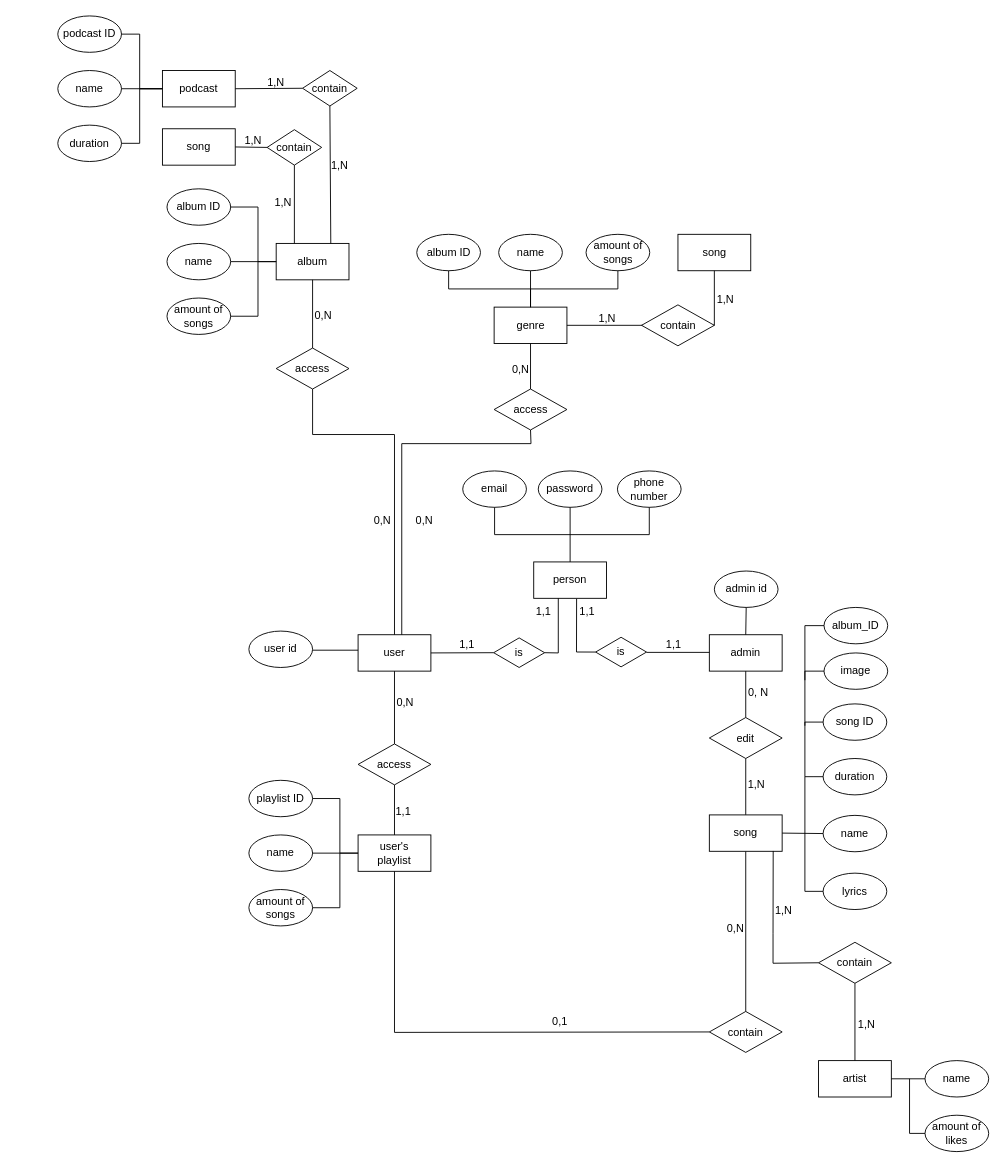
Above: Доделанная КМПО БД.drawio in marsek4/database (draw.io), before the change. Source tidied: cells renumbered, new cells numbered last; positions are measured from the earlier drawing's top-left corner, leaving out a move shared by most shapes. Both pictures are drawn from the tidied source at 91%, with x=0, y=0 at pixel (57, 15).
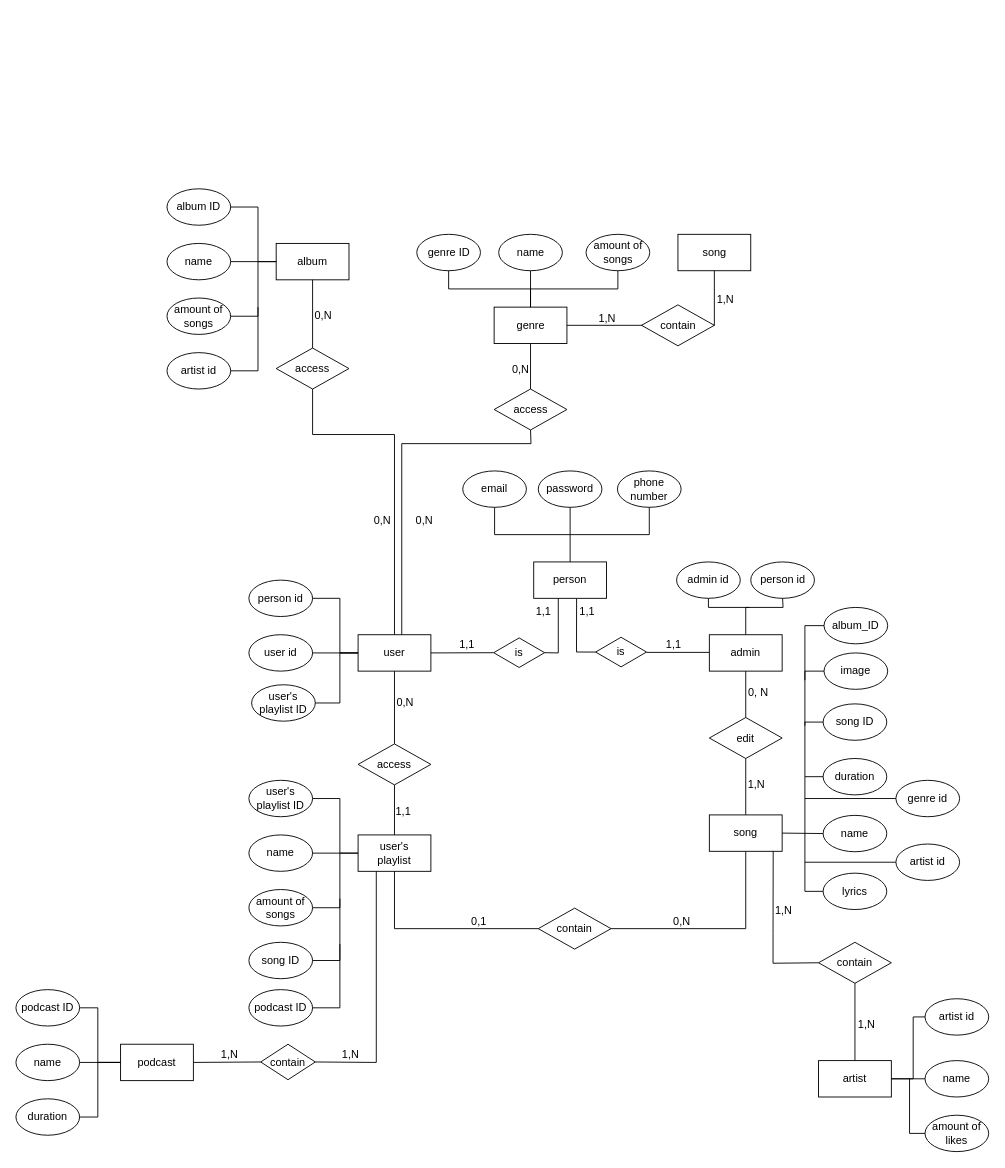
The same diagram, later.

The change refers to these unchanged cells:
```xml
<mxCell id="2" value="user" style="rounded=0;whiteSpace=wrap;html=1;" parent="1" vertex="1">
  <mxGeometry x="330" y="680" width="80" height="40" as="geometry" />
</mxCell>
<mxCell id="6" value="user's&lt;br&gt;playlist" style="rounded=0;whiteSpace=wrap;html=1;" parent="1" vertex="1">
  <mxGeometry x="330" y="900" width="80" height="40" as="geometry" />
</mxCell>
<mxCell id="20" value="admin" style="rounded=0;whiteSpace=wrap;html=1;" parent="1" vertex="1">
  <mxGeometry x="716" y="680" width="80" height="40" as="geometry" />
</mxCell>
<mxCell id="41" value="album" style="rounded=0;whiteSpace=wrap;html=1;" parent="1" vertex="1">
  <mxGeometry x="240" y="250" width="80" height="40" as="geometry" />
</mxCell>
<mxCell id="42" value="artist" style="rounded=0;whiteSpace=wrap;html=1;" parent="1" vertex="1">
  <mxGeometry x="836" y="1148" width="80" height="40" as="geometry" />
</mxCell>
```

What changed in the source:
```diff
@@
-    <mxCell id="3" style="endArrow=none;html=1;rounded=0;entryX=0;entryY=0.5;entryDx=0;entryDy=0;" parent="1" edge="1">
-      <mxGeometry relative="1" as="geometry">
-        <mxPoint x="280" y="697" as="sourcePoint" />
-        <mxPoint x="330" y="697" as="targetPoint" />
-      </mxGeometry>
+    <mxCell id="3" style="endArrow=none;html=1;rounded=0;entryX=0;entryY=0.5;entryDx=0;entryDy=0;exitX=1;exitY=0.5;exitDx=0;exitDy=0;" parent="1" edge="1" source="26" target="2">
+      <mxGeometry relative="1" as="geometry" />
     </mxCell>
@@
     <mxCell id="10" value="contain" style="rhombus;whiteSpace=wrap;html=1;" parent="1" vertex="1">
-      <mxGeometry x="716" y="1094" width="80" height="45" as="geometry" />
+      <mxGeometry x="528" y="980.5" width="80" height="45" as="geometry" />
     </mxCell>
     <mxCell id="11" style="endArrow=none;html=1;rounded=0;entryX=0;entryY=0.5;entryDx=0;entryDy=0;exitX=0.5;exitY=1;exitDx=0;exitDy=0;" parent="1" edge="1" source="6" target="10">
       <mxGeometry relative="1" as="geometry">
         <Array as="points">
-          <mxPoint x="370" y="1117" />
+          <mxPoint x="370" y="1003" />
         </Array>
       </mxGeometry>
     </mxCell>
-    <mxCell id="12" style="endArrow=none;html=1;rounded=0;entryX=0.5;entryY=1;entryDx=0;entryDy=0;exitX=0.5;exitY=0;exitDx=0;exitDy=0;" parent="1" edge="1" source="10">
+    <mxCell id="12" style="endArrow=none;html=1;rounded=0;entryX=0.5;entryY=1;entryDx=0;entryDy=0;exitX=1;exitY=0.5;exitDx=0;exitDy=0;" parent="1" edge="1" source="10">
       <mxGeometry relative="1" as="geometry">
         <mxPoint x="756" y="918" as="targetPoint" />
+        <Array as="points">
+          <mxPoint x="756" y="1003" />
+        </Array>
       </mxGeometry>
     </mxCell>
     <mxCell id="13" value="0,N" style="text;html=1;strokeColor=none;fillColor=none;align=center;verticalAlign=middle;whiteSpace=wrap;rounded=0;" parent="1" vertex="1">
-      <mxGeometry x="715" y="988" width="60" height="30" as="geometry" />
+      <mxGeometry x="656" y="980.5" width="60" height="30" as="geometry" />
     </mxCell>
     <mxCell id="14" value="0,1" style="text;html=1;strokeColor=none;fillColor=none;align=center;verticalAlign=middle;whiteSpace=wrap;rounded=0;" parent="1" vertex="1">
-      <mxGeometry x="522" y="1090" width="60" height="30" as="geometry" />
+      <mxGeometry x="433" y="980.5" width="60" height="30" as="geometry" />
     </mxCell>
@@
     <mxCell id="26" value="user id" style="ellipse;whiteSpace=wrap;html=1;" parent="1" vertex="1">
-      <mxGeometry x="210" y="676" width="70" height="40" as="geometry" />
+      <mxGeometry x="210" y="680" width="70" height="40" as="geometry" />
     </mxCell>
-    <mxCell id="27" value="admin id" style="ellipse;whiteSpace=wrap;html=1;" parent="1" vertex="1">
-      <mxGeometry x="721.5" y="610" width="70" height="40" as="geometry" />
+    <mxCell id="27" value="person id" style="ellipse;whiteSpace=wrap;html=1;" parent="1" vertex="1">
+      <mxGeometry x="761.5" y="600" width="70" height="40" as="geometry" />
     </mxCell>
@@
-    <mxCell id="30" value="playlist ID" style="ellipse;whiteSpace=wrap;html=1;" parent="1" vertex="1">
+    <mxCell id="30" value="user's&lt;br&gt;playlist ID" style="ellipse;whiteSpace=wrap;html=1;" parent="1" vertex="1">
       <mxGeometry x="210" y="840" width="70" height="40" as="geometry" />
     </mxCell>
@@
-    <mxCell id="64" value="album ID" style="ellipse;whiteSpace=wrap;html=1;" parent="1" vertex="1">
+    <mxCell id="64" value="genre ID" style="ellipse;whiteSpace=wrap;html=1;" parent="1" vertex="1">
       <mxGeometry x="394.5" y="240" width="70" height="40" as="geometry" />
     </mxCell>
@@
-    <mxCell id="70" value="song" style="rounded=0;whiteSpace=wrap;html=1;" parent="1" vertex="1">
-      <mxGeometry x="115" y="124" width="80" height="40" as="geometry" />
-    </mxCell>
@@
-    <mxCell id="72" value="contain" style="rhombus;whiteSpace=wrap;html=1;" parent="1" vertex="1">
-      <mxGeometry x="230" y="125" width="60" height="39" as="geometry" />
-    </mxCell>
-    <mxCell id="73" style="endArrow=none;html=1;rounded=0;exitX=1;exitY=0.5;exitDx=0;exitDy=0;entryX=0;entryY=0.5;entryDx=0;entryDy=0;" parent="1" edge="1" source="70" target="72">
-      <mxGeometry relative="1" as="geometry" />
-    </mxCell>
-    <mxCell id="74" style="endArrow=none;html=1;rounded=0;entryX=0.5;entryY=1;entryDx=0;entryDy=0;exitX=0.25;exitY=0;exitDx=0;exitDy=0;" parent="1" edge="1" source="41" target="72">
-      <mxGeometry relative="1" as="geometry" />
-    </mxCell>
@@
-    <mxCell id="77" value="1,N" style="text;html=1;strokeColor=none;fillColor=none;align=center;verticalAlign=middle;whiteSpace=wrap;rounded=0;" parent="1" vertex="1">
-      <mxGeometry x="218" y="190" width="60" height="30" as="geometry" />
-    </mxCell>
-    <mxCell id="78" value="1,N" style="text;html=1;strokeColor=none;fillColor=none;align=center;verticalAlign=middle;whiteSpace=wrap;rounded=0;" parent="1" vertex="1">
-      <mxGeometry x="185" y="122" width="60" height="30" as="geometry" />
-    </mxCell>
@@
     <mxCell id="97" value="podcast" style="rounded=0;whiteSpace=wrap;html=1;" parent="1" vertex="1">
-      <mxGeometry x="115" y="60" width="80" height="40" as="geometry" />
+      <mxGeometry x="69" y="1130" width="80" height="40" as="geometry" />
     </mxCell>
@@
     <mxCell id="100" value="contain" style="rhombus;whiteSpace=wrap;html=1;" parent="1" vertex="1">
-      <mxGeometry x="269" y="60" width="60" height="39" as="geometry" />
+      <mxGeometry x="223" y="1130" width="60" height="39" as="geometry" />
     </mxCell>
-    <mxCell id="101" style="endArrow=none;html=1;rounded=0;exitX=0.75;exitY=0;exitDx=0;exitDy=0;entryX=0.5;entryY=1;entryDx=0;entryDy=0;" parent="1" edge="1" source="41" target="100">
-      <mxGeometry relative="1" as="geometry" />
-    </mxCell>
@@
     <mxCell id="103" value="1,N" style="text;html=1;strokeColor=none;fillColor=none;align=center;verticalAlign=middle;whiteSpace=wrap;rounded=0;" parent="1" vertex="1">
-      <mxGeometry x="210" y="58" width="60" height="30" as="geometry" />
+      <mxGeometry x="159" y="1127" width="60" height="30" as="geometry" />
     </mxCell>
-    <mxCell id="104" value="1,N" style="text;html=1;strokeColor=none;fillColor=none;align=center;verticalAlign=middle;whiteSpace=wrap;rounded=0;" parent="1" vertex="1">
-      <mxGeometry x="280" y="150" width="60" height="30" as="geometry" />
-    </mxCell>
     <mxCell id="105" style="endArrow=none;html=1;rounded=0;entryX=0.5;entryY=1;entryDx=0;entryDy=0;exitX=0.5;exitY=0;exitDx=0;exitDy=0;" parent="1" edge="1" source="20" target="27">
-      <mxGeometry relative="1" as="geometry" />
+      <mxGeometry relative="1" as="geometry">
+        <Array as="points">
+          <mxPoint x="756" y="650" />
+          <mxPoint x="797" y="650" />
+        </Array>
+      </mxGeometry>
     </mxCell>
@@
     <mxCell id="108" value="duration" style="ellipse;whiteSpace=wrap;html=1;" parent="1" vertex="1">
-      <mxGeometry y="120" width="70" height="40" as="geometry" />
+      <mxGeometry x="-46" y="1190" width="70" height="40" as="geometry" />
     </mxCell>
     <mxCell id="109" value="name" style="ellipse;whiteSpace=wrap;html=1;" parent="1" vertex="1">
-      <mxGeometry y="60" width="70" height="40" as="geometry" />
+      <mxGeometry x="-46" y="1130" width="70" height="40" as="geometry" />
     </mxCell>
     <mxCell id="110" value="podcast ID" style="ellipse;whiteSpace=wrap;html=1;" parent="1" vertex="1">
-      <mxGeometry width="70" height="40" as="geometry" />
+      <mxGeometry x="-46" y="1070" width="70" height="40" as="geometry" />
     </mxCell>
     <mxCell id="111" style="endArrow=none;html=1;rounded=0;exitX=1;exitY=0.5;exitDx=0;exitDy=0;entryX=0;entryY=0.5;entryDx=0;entryDy=0;" parent="1" edge="1" source="110" target="97">
       <mxGeometry relative="1" as="geometry">
         <Array as="points">
-          <mxPoint x="90" y="20" />
-          <mxPoint x="90" y="80" />
+          <mxPoint x="44" y="1090" />
+          <mxPoint x="44" y="1150" />
         </Array>
       </mxGeometry>
     </mxCell>
@@
     <mxCell id="113" style="endArrow=none;html=1;rounded=0;exitX=1;exitY=0.5;exitDx=0;exitDy=0;entryX=0;entryY=0.5;entryDx=0;entryDy=0;" parent="1" edge="1" source="108" target="97">
       <mxGeometry relative="1" as="geometry">
         <Array as="points">
-          <mxPoint x="90" y="140" />
-          <mxPoint x="90" y="80" />
+          <mxPoint x="44" y="1210" />
+          <mxPoint x="44" y="1150" />
         </Array>
       </mxGeometry>
     </mxCell>
@@
+    <mxCell id="116" value="admin id" style="ellipse;whiteSpace=wrap;html=1;" parent="1" vertex="1">
+      <mxGeometry x="680" y="600" width="70" height="40" as="geometry" />
+    </mxCell>
+    <mxCell id="117" style="endArrow=none;html=1;rounded=0;exitX=0.5;exitY=1;exitDx=0;exitDy=0;" parent="1" edge="1" source="116">
+      <mxGeometry relative="1" as="geometry">
+        <mxPoint x="760" y="650" as="targetPoint" />
+        <Array as="points">
+          <mxPoint x="715" y="650" />
+        </Array>
+      </mxGeometry>
+    </mxCell>
+    <mxCell id="118" value="person id" style="ellipse;whiteSpace=wrap;html=1;" parent="1" vertex="1">
+      <mxGeometry x="210" y="620" width="70" height="40" as="geometry" />
+    </mxCell>
+    <mxCell id="119" style="endArrow=none;html=1;rounded=0;exitX=1;exitY=0.5;exitDx=0;exitDy=0;entryX=0;entryY=0.5;entryDx=0;entryDy=0;" parent="1" edge="1" source="118" target="2">
+      <mxGeometry relative="1" as="geometry">
+        <Array as="points">
+          <mxPoint x="310" y="640" />
+          <mxPoint x="310" y="700" />
+        </Array>
+      </mxGeometry>
+    </mxCell>
+    <mxCell id="120" value="user's playlist ID" style="ellipse;whiteSpace=wrap;html=1;" parent="1" vertex="1">
+      <mxGeometry x="213" y="735" width="70" height="40" as="geometry" />
+    </mxCell>
+    <mxCell id="121" style="endArrow=none;html=1;rounded=0;exitX=1;exitY=0.5;exitDx=0;exitDy=0;entryX=0;entryY=0.5;entryDx=0;entryDy=0;" parent="1" edge="1" source="120" target="2">
+      <mxGeometry relative="1" as="geometry">
+        <Array as="points">
+          <mxPoint x="310" y="755" />
+          <mxPoint x="310" y="700" />
+        </Array>
+      </mxGeometry>
+    </mxCell>
+    <mxCell id="122" value="song ID" style="ellipse;whiteSpace=wrap;html=1;" parent="1" vertex="1">
+      <mxGeometry x="210" y="1018" width="70" height="40" as="geometry" />
+    </mxCell>
+    <mxCell id="123" style="endArrow=none;html=1;rounded=0;exitX=1;exitY=0.5;exitDx=0;exitDy=0;" parent="1" edge="1" source="122">
+      <mxGeometry relative="1" as="geometry">
+        <mxPoint x="310" y="970" as="targetPoint" />
+        <Array as="points">
+          <mxPoint x="310" y="1038" />
+        </Array>
+      </mxGeometry>
+    </mxCell>
+    <mxCell id="124" value="artist id" style="ellipse;whiteSpace=wrap;html=1;" parent="1" vertex="1">
+      <mxGeometry x="921" y="910" width="70" height="40" as="geometry" />
+    </mxCell>
+    <mxCell id="125" style="endArrow=none;html=1;rounded=0;entryX=0;entryY=0.5;entryDx=0;entryDy=0;" parent="1" edge="1" target="124">
+      <mxGeometry relative="1" as="geometry">
+        <mxPoint x="821" y="930" as="sourcePoint" />
+      </mxGeometry>
+    </mxCell>
+    <mxCell id="126" value="genre id" style="ellipse;whiteSpace=wrap;html=1;" parent="1" vertex="1">
+      <mxGeometry x="921" y="840" width="70" height="40" as="geometry" />
+    </mxCell>
+    <mxCell id="127" style="endArrow=none;html=1;rounded=0;entryX=0;entryY=0.5;entryDx=0;entryDy=0;" parent="1" edge="1">
+      <mxGeometry relative="1" as="geometry">
+        <mxPoint x="821" y="860" as="sourcePoint" />
+        <mxPoint x="921" y="860" as="targetPoint" />
+      </mxGeometry>
+    </mxCell>
+    <mxCell id="128" value="artist id" style="ellipse;whiteSpace=wrap;html=1;" parent="1" vertex="1">
+      <mxGeometry x="953" y="1080" width="70" height="40" as="geometry" />
+    </mxCell>
+    <mxCell id="129" style="endArrow=none;html=1;rounded=0;exitX=1;exitY=0.5;exitDx=0;exitDy=0;entryX=0;entryY=0.5;entryDx=0;entryDy=0;" parent="1" edge="1" source="42" target="128">
+      <mxGeometry relative="1" as="geometry">
+        <Array as="points">
+          <mxPoint x="940" y="1168" />
+          <mxPoint x="940" y="1100" />
+        </Array>
+      </mxGeometry>
+    </mxCell>
+    <mxCell id="130" value="artist id" style="ellipse;whiteSpace=wrap;html=1;" parent="1" vertex="1">
+      <mxGeometry x="120" y="370" width="70" height="40" as="geometry" />
+    </mxCell>
+    <mxCell id="131" style="endArrow=none;html=1;rounded=0;exitX=1;exitY=0.5;exitDx=0;exitDy=0;" parent="1" edge="1" source="130">
+      <mxGeometry relative="1" as="geometry">
+        <mxPoint x="220" y="320" as="targetPoint" />
+        <Array as="points">
+          <mxPoint x="220" y="390" />
+        </Array>
+      </mxGeometry>
+    </mxCell>
+    <mxCell id="132" style="endArrow=none;html=1;rounded=0;exitX=1;exitY=0.5;exitDx=0;exitDy=0;entryX=0.25;entryY=1;entryDx=0;entryDy=0;" parent="1" edge="1" source="100" target="6">
+      <mxGeometry relative="1" as="geometry">
+        <Array as="points">
+          <mxPoint x="350" y="1150" />
+        </Array>
+      </mxGeometry>
+    </mxCell>
+    <mxCell id="133" value="1,N" style="text;html=1;strokeColor=none;fillColor=none;align=center;verticalAlign=middle;whiteSpace=wrap;rounded=0;" parent="1" vertex="1">
+      <mxGeometry x="292" y="1127" width="60" height="30" as="geometry" />
+    </mxCell>
+    <mxCell id="134" value="podcast ID" style="ellipse;whiteSpace=wrap;html=1;" parent="1" vertex="1">
+      <mxGeometry x="210" y="1070" width="70" height="40" as="geometry" />
+    </mxCell>
+    <mxCell id="135" style="endArrow=none;html=1;rounded=0;exitX=1;exitY=0.5;exitDx=0;exitDy=0;" parent="1" edge="1" source="134">
+      <mxGeometry relative="1" as="geometry">
+        <mxPoint x="310" y="1020" as="targetPoint" />
+        <Array as="points">
+          <mxPoint x="310" y="1090" />
+        </Array>
+      </mxGeometry>
+    </mxCell>
```
